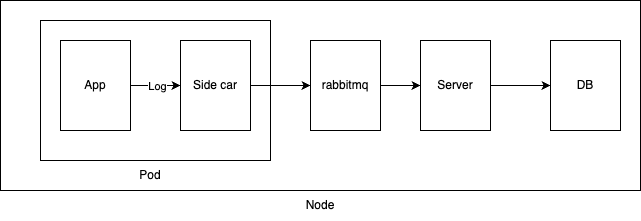
Before: side-car-logging.png, a diagram exported from draw.io (Rwatana/DrawImages). Source tidied: cells renumbered, new cells last; positions are measured from the earlier drawing's top-left corner, leaving out a move shared by most shapes. The source it was exported from:
```xml
<mxGraphModel>
  <root>
    <mxCell id="0" />
    <mxCell id="1" parent="0" />
    <mxCell id="2" style="rounded=0;whiteSpace=wrap;html=1;" parent="1" vertex="1">
      <mxGeometry width="640" height="190" as="geometry" />
    </mxCell>
    <mxCell id="3" style="rounded=0;whiteSpace=wrap;html=1;" parent="1" vertex="1">
      <mxGeometry x="40" y="20" width="230" height="140" as="geometry" />
    </mxCell>
    <mxCell id="4" style="edgeStyle=orthogonalEdgeStyle;rounded=0;jettySize=auto;html=1;exitX=1;exitY=0.5;exitDx=0;exitDy=0;entryX=0;entryY=0.5;entryDx=0;entryDy=0;" parent="1" edge="1" source="6" target="8">
      <mxGeometry relative="1" as="geometry" />
    </mxCell>
    <mxCell id="5" value="Log" style="edgeLabel;html=1;align=center;verticalAlign=middle;" parent="4" vertex="1">
      <mxGeometry x="0.05" relative="1" as="geometry" />
    </mxCell>
    <mxCell id="6" value="App" style="rounded=0;whiteSpace=wrap;html=1;" parent="1" vertex="1">
      <mxGeometry x="60" y="40" width="70" height="90" as="geometry" />
    </mxCell>
    <mxCell id="7" style="edgeStyle=orthogonalEdgeStyle;rounded=0;jettySize=auto;html=1;exitX=1;exitY=0.5;exitDx=0;exitDy=0;entryX=0;entryY=0.5;entryDx=0;entryDy=0;" parent="1" edge="1" source="8" target="14">
      <mxGeometry relative="1" as="geometry" />
    </mxCell>
    <mxCell id="8" value="Side car" style="rounded=0;whiteSpace=wrap;html=1;" parent="1" vertex="1">
      <mxGeometry x="180" y="40" width="70" height="90" as="geometry" />
    </mxCell>
    <mxCell id="9" value="Pod" style="text;html=1;align=center;verticalAlign=middle;whiteSpace=wrap;rounded=0;" parent="1" vertex="1">
      <mxGeometry x="120" y="160" width="60" height="30" as="geometry" />
    </mxCell>
    <mxCell id="10" style="edgeStyle=orthogonalEdgeStyle;rounded=0;jettySize=auto;html=1;exitX=1;exitY=0.5;exitDx=0;exitDy=0;entryX=0;entryY=0.5;entryDx=0;entryDy=0;" parent="1" edge="1" source="11" target="12">
      <mxGeometry relative="1" as="geometry" />
    </mxCell>
    <mxCell id="11" value="Server" style="rounded=0;whiteSpace=wrap;html=1;" parent="1" vertex="1">
      <mxGeometry x="420" y="40" width="70" height="90" as="geometry" />
    </mxCell>
    <mxCell id="12" value="DB" style="rounded=0;whiteSpace=wrap;html=1;" parent="1" vertex="1">
      <mxGeometry x="550" y="40" width="70" height="90" as="geometry" />
    </mxCell>
    <mxCell id="13" style="edgeStyle=orthogonalEdgeStyle;rounded=0;jettySize=auto;html=1;exitX=1;exitY=0.5;exitDx=0;exitDy=0;entryX=0;entryY=0.5;entryDx=0;entryDy=0;" parent="1" edge="1" source="14" target="11">
      <mxGeometry relative="1" as="geometry" />
    </mxCell>
    <mxCell id="14" value="rabbitmq" style="rounded=0;whiteSpace=wrap;html=1;" parent="1" vertex="1">
      <mxGeometry x="310" y="40" width="70" height="90" as="geometry" />
    </mxCell>
    <mxCell id="15" value="Node" style="text;html=1;align=center;verticalAlign=middle;whiteSpace=wrap;rounded=0;" parent="1" vertex="1">
      <mxGeometry x="290" y="190" width="60" height="30" as="geometry" />
    </mxCell>
  </root>
</mxGraphModel>
```
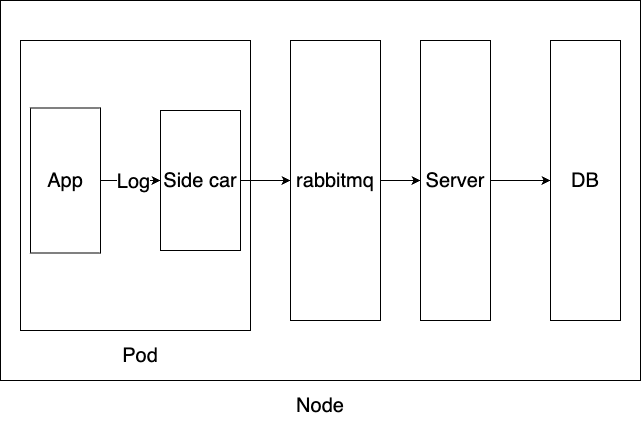
The same file after the commit.

Commit message:
side-car-logging.png を更新します

Change to the diagram source:
```diff
@@ -3,46 +3,46 @@
     <mxCell id="0" />
     <mxCell id="1" parent="0" />
     <mxCell id="2" style="rounded=0;whiteSpace=wrap;html=1;" parent="1" vertex="1">
-      <mxGeometry width="640" height="190" as="geometry" />
+      <mxGeometry y="-190" width="640" height="380" as="geometry" />
     </mxCell>
     <mxCell id="3" style="rounded=0;whiteSpace=wrap;html=1;" parent="1" vertex="1">
-      <mxGeometry x="40" y="20" width="230" height="140" as="geometry" />
+      <mxGeometry x="20" y="-150" width="230" height="290" as="geometry" />
     </mxCell>
     <mxCell id="4" style="edgeStyle=orthogonalEdgeStyle;rounded=0;jettySize=auto;html=1;exitX=1;exitY=0.5;exitDx=0;exitDy=0;entryX=0;entryY=0.5;entryDx=0;entryDy=0;" parent="1" edge="1" source="6" target="8">
       <mxGeometry relative="1" as="geometry" />
     </mxCell>
-    <mxCell id="5" value="Log" style="edgeLabel;html=1;align=center;verticalAlign=middle;" parent="4" vertex="1">
+    <mxCell id="5" value="&lt;font style=&quot;font-size: 20px;&quot;&gt;Log&lt;/font&gt;" style="edgeLabel;html=1;align=center;verticalAlign=middle;" parent="4" vertex="1">
       <mxGeometry x="0.05" relative="1" as="geometry" />
     </mxCell>
-    <mxCell id="6" value="App" style="rounded=0;whiteSpace=wrap;html=1;" parent="1" vertex="1">
-      <mxGeometry x="60" y="40" width="70" height="90" as="geometry" />
+    <mxCell id="6" value="&lt;font style=&quot;font-size: 20px;&quot;&gt;App&lt;/font&gt;" style="rounded=0;whiteSpace=wrap;html=1;" parent="1" vertex="1">
+      <mxGeometry x="30" y="-82.5" width="70" height="145" as="geometry" />
     </mxCell>
     <mxCell id="7" style="edgeStyle=orthogonalEdgeStyle;rounded=0;jettySize=auto;html=1;exitX=1;exitY=0.5;exitDx=0;exitDy=0;entryX=0;entryY=0.5;entryDx=0;entryDy=0;" parent="1" edge="1" source="8" target="14">
       <mxGeometry relative="1" as="geometry" />
     </mxCell>
-    <mxCell id="8" value="Side car" style="rounded=0;whiteSpace=wrap;html=1;" parent="1" vertex="1">
-      <mxGeometry x="180" y="40" width="70" height="90" as="geometry" />
+    <mxCell id="8" value="&lt;font style=&quot;font-size: 20px;&quot;&gt;Side car&lt;/font&gt;" style="rounded=0;whiteSpace=wrap;html=1;" parent="1" vertex="1">
+      <mxGeometry x="160" y="-80" width="80" height="140" as="geometry" />
     </mxCell>
-    <mxCell id="9" value="Pod" style="text;html=1;align=center;verticalAlign=middle;whiteSpace=wrap;rounded=0;" parent="1" vertex="1">
-      <mxGeometry x="120" y="160" width="60" height="30" as="geometry" />
+    <mxCell id="9" value="&lt;font style=&quot;font-size: 20px;&quot;&gt;Pod&lt;/font&gt;" style="text;html=1;align=center;verticalAlign=middle;whiteSpace=wrap;rounded=0;" parent="1" vertex="1">
+      <mxGeometry x="110" y="150" width="60" height="30" as="geometry" />
     </mxCell>
     <mxCell id="10" style="edgeStyle=orthogonalEdgeStyle;rounded=0;jettySize=auto;html=1;exitX=1;exitY=0.5;exitDx=0;exitDy=0;entryX=0;entryY=0.5;entryDx=0;entryDy=0;" parent="1" edge="1" source="11" target="12">
       <mxGeometry relative="1" as="geometry" />
     </mxCell>
-    <mxCell id="11" value="Server" style="rounded=0;whiteSpace=wrap;html=1;" parent="1" vertex="1">
-      <mxGeometry x="420" y="40" width="70" height="90" as="geometry" />
+    <mxCell id="11" value="&lt;font style=&quot;font-size: 20px;&quot;&gt;Server&lt;/font&gt;" style="rounded=0;whiteSpace=wrap;html=1;" parent="1" vertex="1">
+      <mxGeometry x="420" y="-150" width="70" height="280" as="geometry" />
     </mxCell>
-    <mxCell id="12" value="DB" style="rounded=0;whiteSpace=wrap;html=1;" parent="1" vertex="1">
-      <mxGeometry x="550" y="40" width="70" height="90" as="geometry" />
+    <mxCell id="12" value="&lt;font style=&quot;font-size: 20px;&quot;&gt;DB&lt;/font&gt;" style="rounded=0;whiteSpace=wrap;html=1;" parent="1" vertex="1">
+      <mxGeometry x="550" y="-150" width="70" height="280" as="geometry" />
     </mxCell>
     <mxCell id="13" style="edgeStyle=orthogonalEdgeStyle;rounded=0;jettySize=auto;html=1;exitX=1;exitY=0.5;exitDx=0;exitDy=0;entryX=0;entryY=0.5;entryDx=0;entryDy=0;" parent="1" edge="1" source="14" target="11">
       <mxGeometry relative="1" as="geometry" />
     </mxCell>
-    <mxCell id="14" value="rabbitmq" style="rounded=0;whiteSpace=wrap;html=1;" parent="1" vertex="1">
-      <mxGeometry x="310" y="40" width="70" height="90" as="geometry" />
+    <mxCell id="14" value="&lt;font style=&quot;font-size: 20px;&quot;&gt;rabbitmq&lt;/font&gt;" style="rounded=0;whiteSpace=wrap;html=1;" parent="1" vertex="1">
+      <mxGeometry x="290" y="-150" width="90" height="280" as="geometry" />
     </mxCell>
-    <mxCell id="15" value="Node" style="text;html=1;align=center;verticalAlign=middle;whiteSpace=wrap;rounded=0;" parent="1" vertex="1">
-      <mxGeometry x="290" y="190" width="60" height="30" as="geometry" />
+    <mxCell id="15" value="&lt;font style=&quot;font-size: 20px;&quot;&gt;Node&lt;/font&gt;" style="text;html=1;align=center;verticalAlign=middle;whiteSpace=wrap;rounded=0;" parent="1" vertex="1">
+      <mxGeometry x="290" y="200" width="60" height="30" as="geometry" />
     </mxCell>
   </root>
 </mxGraphModel>
```
